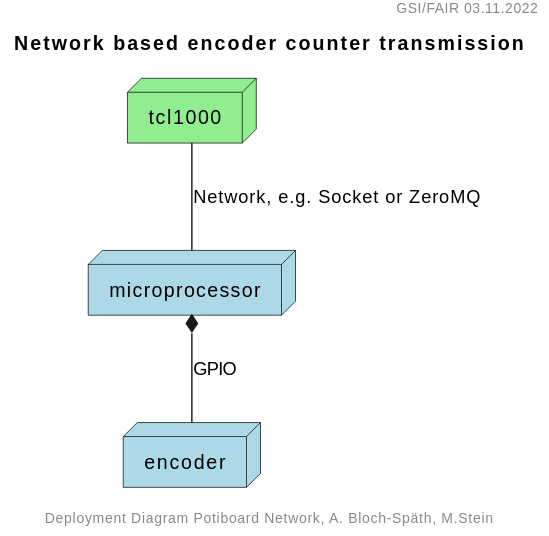
The PlantUML diagram plantuml/komponenten-uml-02.svg in steinmartin/encoder-positions-docs, before a commit.
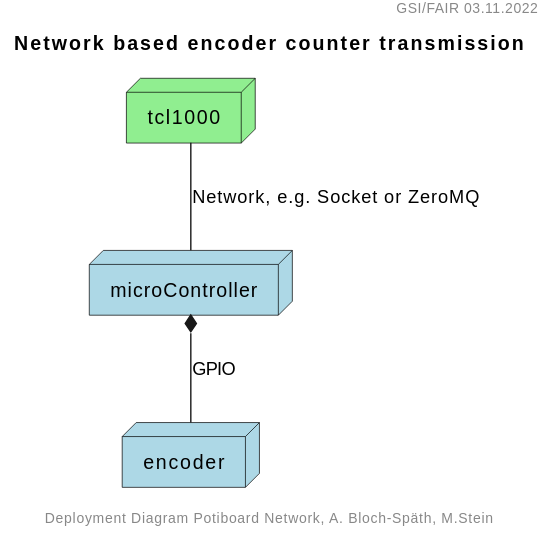
The same diagram one commit later.

The edit, as a diff of the source:
```diff
@@ -6,8 +6,8 @@
 
 
 node tcl1000 #lightgreen;line:black;text:black
-node microprocessor #lightblue;line:black;text:black
+node microController #lightblue;line:black;text:black
 node encoder #lightblue;line:black;text:black
-microprocessor *-- encoder : GPIO
-tcl1000 -- microprocessor : Network, e.g. Socket or ZeroMQ
+microController *-- encoder : GPIO
+tcl1000 -- microController : Network, e.g. Socket or ZeroMQ
 @enduml
```
